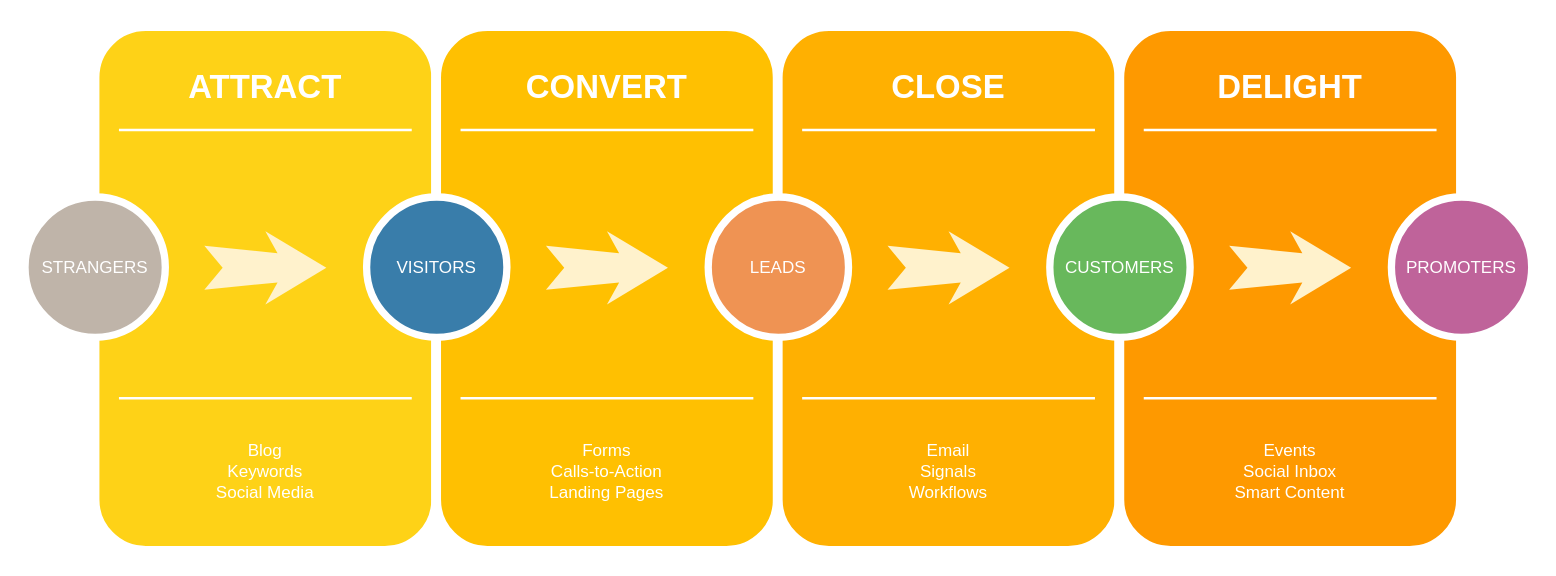
The draw.io diagram Untitled Diagram.drawio in jcaballe1/hello-world, before the edit. Source tidied: cells renumbered, new cells numbered last; positions are measured from the earlier drawing's top-left corner, leaving out a move shared by most shapes. Both pictures are drawn from the tidied source at 122%, with x=0, y=0 at pixel (24, 26).
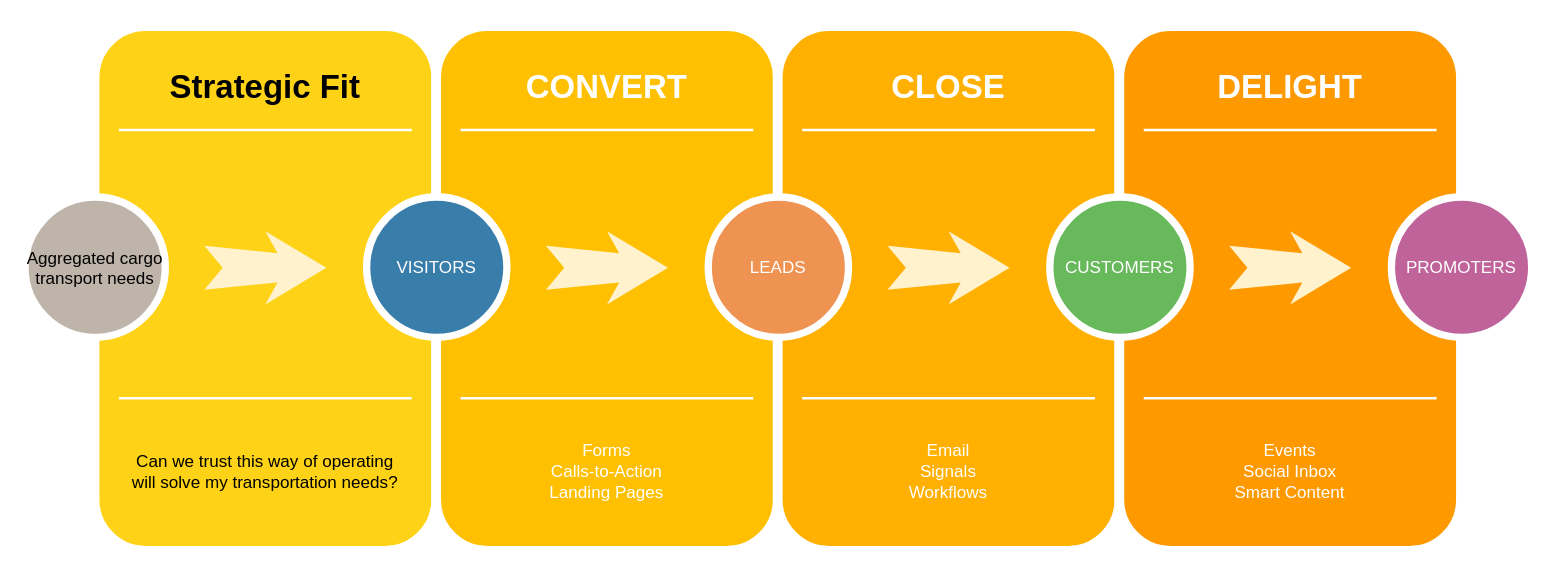
After the change.

The edit, as a diff of the source:
```diff
@@
-    <mxCell id="3" value="ATTRACT" style="text;html=1;strokeColor=none;fillColor=none;align=center;verticalAlign=middle;whiteSpace=wrap;rounded=0;shadow=0;fontSize=27;fontColor=#FFFFFF;fontStyle=1;" parent="1" vertex="1">
+    <mxCell id="3" value="Strategic Fit" style="text;html=1;strokeColor=none;fillColor=none;align=center;verticalAlign=middle;whiteSpace=wrap;rounded=0;shadow=0;fontSize=27;fontColor=default;fontStyle=1;" parent="1" vertex="1">
       <mxGeometry x="57" y="20" width="280" height="60" as="geometry" />
     </mxCell>
-    <mxCell id="4" value="Blog&lt;div&gt;Keywords&lt;/div&gt;&lt;div&gt;Social Media&lt;/div&gt;" style="text;html=1;strokeColor=none;fillColor=none;align=center;verticalAlign=middle;whiteSpace=wrap;rounded=0;shadow=0;fontSize=14;fontColor=#FFFFFF;" parent="1" vertex="1">
+    <mxCell id="4" value="Can we trust this way of operating&lt;div&gt;will solve my transportation needs?&lt;/div&gt;" style="text;html=1;strokeColor=none;fillColor=none;align=center;verticalAlign=middle;whiteSpace=wrap;rounded=0;shadow=0;fontSize=14;fontColor=default;" parent="1" vertex="1">
       <mxGeometry x="57" y="320" width="280" height="90" as="geometry" />
     </mxCell>
@@
-    <mxCell id="7" value="STRANGERS" style="ellipse;whiteSpace=wrap;html=1;rounded=0;shadow=0;strokeWidth=6;fontSize=14;align=center;fillColor=#BFB4A9;strokeColor=#FFFFFF;fontColor=#FFFFFF;" parent="1" vertex="1">
+    <mxCell id="7" value="Aggregated cargo transport needs" style="ellipse;whiteSpace=wrap;html=1;rounded=0;shadow=0;strokeWidth=6;fontSize=14;align=center;fillColor=#BFB4A9;strokeColor=#FFFFFF;fontColor=default;" parent="1" vertex="1">
       <mxGeometry y="140" width="115" height="115" as="geometry" />
     </mxCell>
-    <mxCell id="8" style="html=1;shadow=0;dashed=0;align=center;verticalAlign=middle;shape=mxgraph.arrows2.stylisedArrow;dy=0.6;dx=40;notch=15;feather=0.4;rounded=0;strokeWidth=1;fontSize=27;strokeColor=none;fillColor=#fff2cc;" parent="1" vertex="1">
+    <mxCell id="8" style="html=1;shadow=0;dashed=0;align=center;verticalAlign=middle;shape=mxgraph.arrows2.stylisedArrow;dy=0.6;dx=40;notch=15;feather=0.4;rounded=0;strokeWidth=1;fontSize=27;strokeColor=none;fillColor=#fff2cc;textShadow=0;" parent="1" vertex="1">
       <mxGeometry x="147" y="168" width="100" height="60" as="geometry" />
     </mxCell>
```
